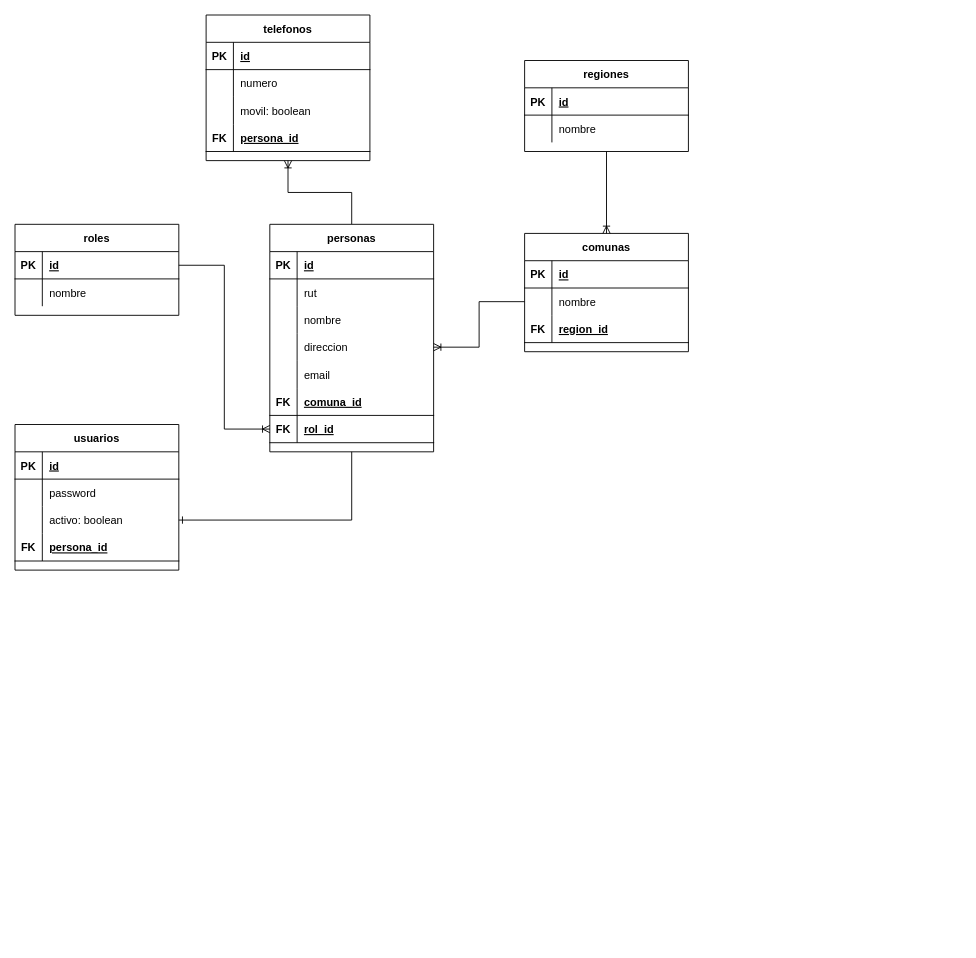
Above: Esquema Ferreteria.drawio in segundogaldames/pro202-3603 (draw.io), before the change. Source tidied: cells renumbered, new cells numbered last; positions are measured from the earlier drawing's top-left corner, leaving out a move shared by most shapes. Both pictures are drawn from the tidied source at 91%, with x=0, y=0 at pixel (15, 15).
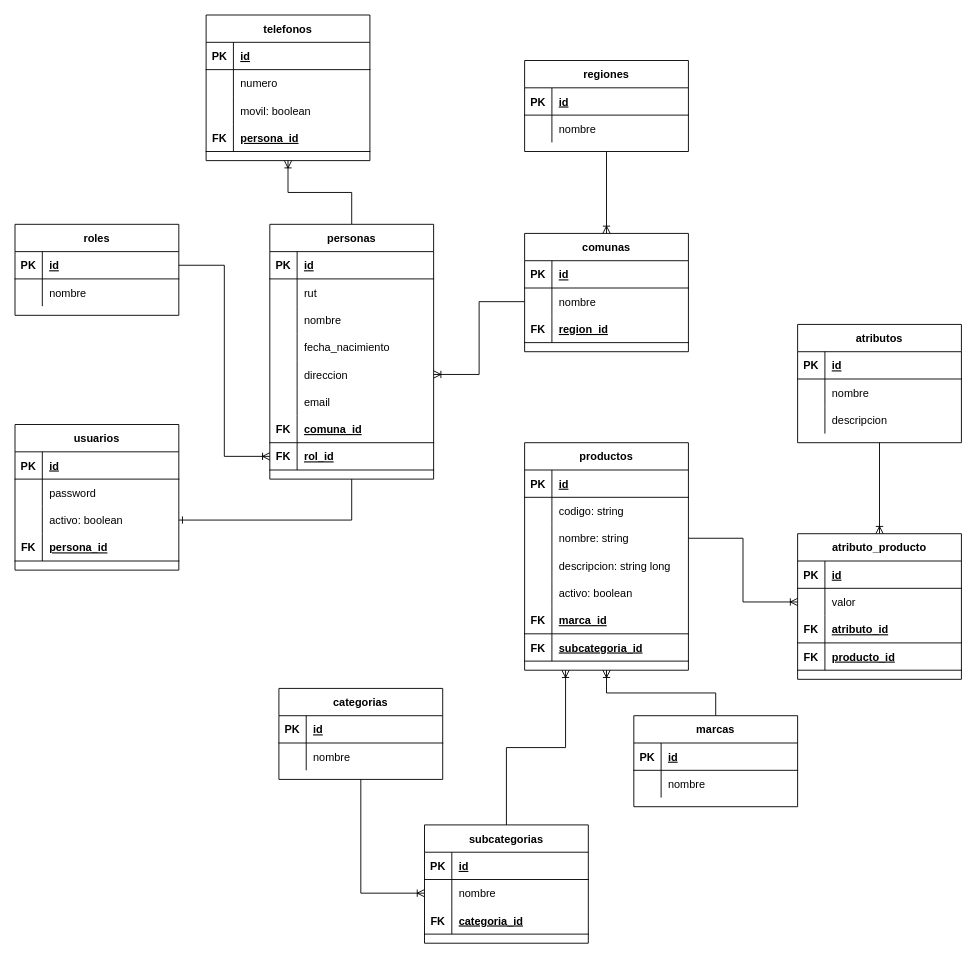
The same diagram, later.

The edit, as a diff of the source:
```diff
@@
     <mxCell id="11" value="personas" style="shape=table;startSize=30;childLayout=tableLayout;rowLines=0;fontStyle=1;align=center;" parent="1" vertex="1">
-      <mxGeometry x="280" y="230" width="180" height="250" as="geometry" />
+      <mxGeometry x="280" y="230" width="180" height="280" as="geometry" />
     </mxCell>
@@
+    <mxCell id="79" style="shape=partialRectangle;fillColor=none;top=0;left=0;bottom=0;right=0;" parent="11" vertex="1">
+      <mxGeometry y="120" width="180" height="30" as="geometry" />
+    </mxCell>
+    <mxCell id="80" style="shape=partialRectangle;fillColor=none;top=0;left=0;bottom=0;right=0;overflow=hidden;" parent="79" vertex="1">
+      <mxGeometry width="30" height="30" as="geometry" />
+    </mxCell>
+    <mxCell id="81" value="fecha_nacimiento" style="shape=partialRectangle;fillColor=none;top=0;left=0;bottom=0;right=0;align=left;spacingLeft=6;overflow=hidden;" parent="79" vertex="1">
+      <mxGeometry x="30" width="150" height="30" as="geometry" />
+    </mxCell>
     <mxCell id="21" style="shape=partialRectangle;fillColor=none;top=0;left=0;bottom=0;right=0;points=[[0,0.5],[1,0.5]];portConstraint=eastwest;" parent="11" vertex="1">
-      <mxGeometry y="120" width="180" height="30" as="geometry" />
+      <mxGeometry y="150" width="180" height="30" as="geometry" />
     </mxCell>
@@
     <mxCell id="24" style="shape=partialRectangle;fillColor=none;top=0;left=0;bottom=0;right=0;" parent="11" vertex="1">
-      <mxGeometry y="150" width="180" height="30" as="geometry" />
+      <mxGeometry y="180" width="180" height="30" as="geometry" />
     </mxCell>
@@
     <mxCell id="27" style="shape=partialRectangle;fillColor=none;top=0;left=0;bottom=1;right=0;" parent="11" vertex="1">
-      <mxGeometry y="180" width="180" height="30" as="geometry" />
+      <mxGeometry y="210" width="180" height="30" as="geometry" />
     </mxCell>
@@
     <mxCell id="30" style="shape=partialRectangle;fillColor=none;top=0;left=0;bottom=1;right=0;points=[[0,0.5],[1,0.5]];portConstraint=eastwest;" parent="11" vertex="1">
-      <mxGeometry y="210" width="180" height="30" as="geometry" />
+      <mxGeometry y="240" width="180" height="30" as="geometry" />
     </mxCell>
@@
+    <mxCell id="82" value="productos" style="shape=table;startSize=30;childLayout=tableLayout;rowLines=0;fontStyle=1;align=center;" parent="1" vertex="1">
+      <mxGeometry x="560" y="470" width="180" height="250" as="geometry" />
+    </mxCell>
+    <mxCell id="83" style="shape=partialRectangle;fillColor=none;top=0;left=0;bottom=1;right=0;" parent="82" vertex="1">
+      <mxGeometry y="30" width="180" height="30" as="geometry" />
+    </mxCell>
+    <mxCell id="84" value="PK" style="shape=partialRectangle;fillColor=none;top=0;left=0;bottom=0;right=0;fontStyle=1;overflow=hidden;" parent="83" vertex="1">
+      <mxGeometry width="30" height="30" as="geometry" />
+    </mxCell>
+    <mxCell id="85" value="id" style="shape=partialRectangle;fillColor=none;top=0;left=0;bottom=0;right=0;align=left;spacingLeft=6;fontStyle=5;overflow=hidden;" parent="83" vertex="1">
+      <mxGeometry x="30" width="150" height="30" as="geometry" />
+    </mxCell>
+    <mxCell id="86" style="shape=partialRectangle;fillColor=none;top=0;left=0;bottom=0;right=0;" parent="82" vertex="1">
+      <mxGeometry y="60" width="180" height="30" as="geometry" />
+    </mxCell>
+    <mxCell id="87" style="shape=partialRectangle;fillColor=none;top=0;left=0;bottom=0;right=0;overflow=hidden;" parent="86" vertex="1">
+      <mxGeometry width="30" height="30" as="geometry" />
+    </mxCell>
+    <mxCell id="88" value="codigo: string" style="shape=partialRectangle;fillColor=none;top=0;left=0;bottom=0;right=0;align=left;spacingLeft=6;overflow=hidden;" parent="86" vertex="1">
+      <mxGeometry x="30" width="150" height="30" as="geometry" />
+    </mxCell>
+    <mxCell id="89" style="shape=partialRectangle;fillColor=none;top=0;left=0;bottom=0;right=0;points=[[0,0.5],[1,0.5]];portConstraint=eastwest;" parent="82" vertex="1">
+      <mxGeometry y="90" width="180" height="30" as="geometry" />
+    </mxCell>
+    <mxCell id="90" style="shape=partialRectangle;fillColor=none;top=0;left=0;bottom=0;right=0;overflow=hidden;" parent="89" vertex="1">
+      <mxGeometry width="30" height="30" as="geometry" />
+    </mxCell>
+    <mxCell id="91" value="nombre: string" style="shape=partialRectangle;fillColor=none;top=0;left=0;bottom=0;right=0;align=left;spacingLeft=6;overflow=hidden;" parent="89" vertex="1">
+      <mxGeometry x="30" width="150" height="30" as="geometry" />
+    </mxCell>
+    <mxCell id="92" style="shape=partialRectangle;fillColor=none;top=0;left=0;bottom=0;right=0;" parent="82" vertex="1">
+      <mxGeometry y="120" width="180" height="30" as="geometry" />
+    </mxCell>
+    <mxCell id="93" style="shape=partialRectangle;fillColor=none;top=0;left=0;bottom=0;right=0;overflow=hidden;" parent="92" vertex="1">
+      <mxGeometry width="30" height="30" as="geometry" />
+    </mxCell>
+    <mxCell id="94" value="descripcion: string long" style="shape=partialRectangle;fillColor=none;top=0;left=0;bottom=0;right=0;align=left;spacingLeft=6;overflow=hidden;" parent="92" vertex="1">
+      <mxGeometry x="30" width="150" height="30" as="geometry" />
+    </mxCell>
+    <mxCell id="95" style="shape=partialRectangle;fillColor=none;top=0;left=0;bottom=0;right=0;" parent="82" vertex="1">
+      <mxGeometry y="150" width="180" height="30" as="geometry" />
+    </mxCell>
+    <mxCell id="96" style="shape=partialRectangle;fillColor=none;top=0;left=0;bottom=0;right=0;overflow=hidden;" parent="95" vertex="1">
+      <mxGeometry width="30" height="30" as="geometry" />
+    </mxCell>
+    <mxCell id="97" value="activo: boolean" style="shape=partialRectangle;fillColor=none;top=0;left=0;bottom=0;right=0;align=left;spacingLeft=6;overflow=hidden;" parent="95" vertex="1">
+      <mxGeometry x="30" width="150" height="30" as="geometry" />
+    </mxCell>
+    <mxCell id="98" style="shape=partialRectangle;fillColor=none;top=0;left=0;bottom=1;right=0;" parent="82" vertex="1">
+      <mxGeometry y="180" width="180" height="30" as="geometry" />
+    </mxCell>
+    <mxCell id="99" value="FK" style="shape=partialRectangle;fillColor=none;top=0;left=0;bottom=0;right=0;fontStyle=1;overflow=hidden;" parent="98" vertex="1">
+      <mxGeometry width="30" height="30" as="geometry" />
+    </mxCell>
+    <mxCell id="100" value="marca_id" style="shape=partialRectangle;fillColor=none;top=0;left=0;bottom=0;right=0;align=left;spacingLeft=6;fontStyle=5;overflow=hidden;" parent="98" vertex="1">
+      <mxGeometry x="30" width="150" height="30" as="geometry" />
+    </mxCell>
+    <mxCell id="101" style="shape=partialRectangle;fillColor=none;top=0;left=0;bottom=1;right=0;" parent="82" vertex="1">
+      <mxGeometry y="210" width="180" height="30" as="geometry" />
+    </mxCell>
+    <mxCell id="102" value="FK" style="shape=partialRectangle;fillColor=none;top=0;left=0;bottom=0;right=0;fontStyle=1;overflow=hidden;" parent="101" vertex="1">
+      <mxGeometry width="30" height="30" as="geometry" />
+    </mxCell>
+    <mxCell id="103" value="subcategoria_id" style="shape=partialRectangle;fillColor=none;top=0;left=0;bottom=0;right=0;align=left;spacingLeft=6;fontStyle=5;overflow=hidden;" parent="101" vertex="1">
+      <mxGeometry x="30" width="150" height="30" as="geometry" />
+    </mxCell>
+    <mxCell id="104" style="edgeStyle=orthogonalEdgeStyle;rounded=0;jettySize=auto;html=1;entryX=0.5;entryY=0;entryDx=0;entryDy=0;endArrow=ERoneToMany;endFill=0;" parent="1" edge="1" source="105" target="115">
+      <mxGeometry relative="1" as="geometry" />
+    </mxCell>
+    <mxCell id="105" value="atributos" style="shape=table;startSize=30;childLayout=tableLayout;rowLines=0;fontStyle=1;align=center;" parent="1" vertex="1">
+      <mxGeometry x="860" y="340" width="180" height="130" as="geometry" />
+    </mxCell>
+    <mxCell id="106" style="shape=partialRectangle;fillColor=none;top=0;left=0;bottom=1;right=0;" parent="105" vertex="1">
+      <mxGeometry y="30" width="180" height="30" as="geometry" />
+    </mxCell>
+    <mxCell id="107" value="PK" style="shape=partialRectangle;fillColor=none;top=0;left=0;bottom=0;right=0;fontStyle=1;overflow=hidden;" parent="106" vertex="1">
+      <mxGeometry width="30" height="30" as="geometry" />
+    </mxCell>
+    <mxCell id="108" value="id" style="shape=partialRectangle;fillColor=none;top=0;left=0;bottom=0;right=0;align=left;spacingLeft=6;fontStyle=5;overflow=hidden;" parent="106" vertex="1">
+      <mxGeometry x="30" width="150" height="30" as="geometry" />
+    </mxCell>
+    <mxCell id="109" style="shape=partialRectangle;fillColor=none;top=0;left=0;bottom=0;right=0;" parent="105" vertex="1">
+      <mxGeometry y="60" width="180" height="30" as="geometry" />
+    </mxCell>
+    <mxCell id="110" style="shape=partialRectangle;fillColor=none;top=0;left=0;bottom=0;right=0;overflow=hidden;" parent="109" vertex="1">
+      <mxGeometry width="30" height="30" as="geometry" />
+    </mxCell>
+    <mxCell id="111" value="nombre" style="shape=partialRectangle;fillColor=none;top=0;left=0;bottom=0;right=0;align=left;spacingLeft=6;overflow=hidden;" parent="109" vertex="1">
+      <mxGeometry x="30" width="150" height="30" as="geometry" />
+    </mxCell>
+    <mxCell id="112" style="shape=partialRectangle;fillColor=none;top=0;left=0;bottom=0;right=0;" parent="105" vertex="1">
+      <mxGeometry y="90" width="180" height="30" as="geometry" />
+    </mxCell>
+    <mxCell id="113" style="shape=partialRectangle;fillColor=none;top=0;left=0;bottom=0;right=0;overflow=hidden;" parent="112" vertex="1">
+      <mxGeometry width="30" height="30" as="geometry" />
+    </mxCell>
+    <mxCell id="114" value="descripcion" style="shape=partialRectangle;fillColor=none;top=0;left=0;bottom=0;right=0;align=left;spacingLeft=6;overflow=hidden;" parent="112" vertex="1">
+      <mxGeometry x="30" width="150" height="30" as="geometry" />
+    </mxCell>
+    <mxCell id="115" value="atributo_producto" style="shape=table;startSize=30;childLayout=tableLayout;rowLines=0;fontStyle=1;align=center;" parent="1" vertex="1">
+      <mxGeometry x="860" y="570" width="180" height="160" as="geometry" />
+    </mxCell>
+    <mxCell id="116" style="shape=partialRectangle;fillColor=none;top=0;left=0;bottom=1;right=0;" parent="115" vertex="1">
+      <mxGeometry y="30" width="180" height="30" as="geometry" />
+    </mxCell>
+    <mxCell id="117" value="PK" style="shape=partialRectangle;fillColor=none;top=0;left=0;bottom=0;right=0;fontStyle=1;overflow=hidden;" parent="116" vertex="1">
+      <mxGeometry width="30" height="30" as="geometry" />
+    </mxCell>
+    <mxCell id="118" value="id" style="shape=partialRectangle;fillColor=none;top=0;left=0;bottom=0;right=0;align=left;spacingLeft=6;fontStyle=5;overflow=hidden;" parent="116" vertex="1">
+      <mxGeometry x="30" width="150" height="30" as="geometry" />
+    </mxCell>
+    <mxCell id="119" style="shape=partialRectangle;fillColor=none;top=0;left=0;bottom=0;right=0;points=[[0,0.5],[1,0.5]];portConstraint=eastwest;" parent="115" vertex="1">
+      <mxGeometry y="60" width="180" height="30" as="geometry" />
+    </mxCell>
+    <mxCell id="120" style="shape=partialRectangle;fillColor=none;top=0;left=0;bottom=0;right=0;overflow=hidden;" parent="119" vertex="1">
+      <mxGeometry width="30" height="30" as="geometry" />
+    </mxCell>
+    <mxCell id="121" value="valor" style="shape=partialRectangle;fillColor=none;top=0;left=0;bottom=0;right=0;align=left;spacingLeft=6;overflow=hidden;" parent="119" vertex="1">
+      <mxGeometry x="30" width="150" height="30" as="geometry" />
+    </mxCell>
+    <mxCell id="122" style="shape=partialRectangle;fillColor=none;top=0;left=0;bottom=1;right=0;" parent="115" vertex="1">
+      <mxGeometry y="90" width="180" height="30" as="geometry" />
+    </mxCell>
+    <mxCell id="123" value="FK" style="shape=partialRectangle;fillColor=none;top=0;left=0;bottom=0;right=0;fontStyle=1;overflow=hidden;" parent="122" vertex="1">
+      <mxGeometry width="30" height="30" as="geometry" />
+    </mxCell>
+    <mxCell id="124" value="atributo_id" style="shape=partialRectangle;fillColor=none;top=0;left=0;bottom=0;right=0;align=left;spacingLeft=6;fontStyle=5;overflow=hidden;" parent="122" vertex="1">
+      <mxGeometry x="30" width="150" height="30" as="geometry" />
+    </mxCell>
+    <mxCell id="125" style="shape=partialRectangle;fillColor=none;top=0;left=0;bottom=1;right=0;" parent="115" vertex="1">
+      <mxGeometry y="120" width="180" height="30" as="geometry" />
+    </mxCell>
+    <mxCell id="126" value="FK" style="shape=partialRectangle;fillColor=none;top=0;left=0;bottom=0;right=0;fontStyle=1;overflow=hidden;" parent="125" vertex="1">
+      <mxGeometry width="30" height="30" as="geometry" />
+    </mxCell>
+    <mxCell id="127" value="producto_id" style="shape=partialRectangle;fillColor=none;top=0;left=0;bottom=0;right=0;align=left;spacingLeft=6;fontStyle=5;overflow=hidden;" parent="125" vertex="1">
+      <mxGeometry x="30" width="150" height="30" as="geometry" />
+    </mxCell>
+    <mxCell id="128" style="edgeStyle=orthogonalEdgeStyle;rounded=0;jettySize=auto;html=1;entryX=0;entryY=0.5;entryDx=0;entryDy=0;endArrow=ERoneToMany;endFill=0;" parent="1" edge="1" source="89" target="119">
+      <mxGeometry relative="1" as="geometry" />
+    </mxCell>
+    <mxCell id="129" style="edgeStyle=orthogonalEdgeStyle;rounded=0;jettySize=auto;html=1;entryX=0.5;entryY=1;entryDx=0;entryDy=0;endArrow=ERoneToMany;endFill=0;" parent="1" edge="1" source="130" target="82">
+      <mxGeometry relative="1" as="geometry" />
+    </mxCell>
+    <mxCell id="130" value="marcas" style="shape=table;startSize=30;childLayout=tableLayout;rowLines=0;fontStyle=1;align=center;" parent="1" vertex="1">
+      <mxGeometry x="680" y="770" width="180" height="100" as="geometry" />
+    </mxCell>
+    <mxCell id="131" style="shape=partialRectangle;fillColor=none;top=0;left=0;bottom=1;right=0;" parent="130" vertex="1">
+      <mxGeometry y="30" width="180" height="30" as="geometry" />
+    </mxCell>
+    <mxCell id="132" value="PK" style="shape=partialRectangle;fillColor=none;top=0;left=0;bottom=0;right=0;fontStyle=1;overflow=hidden;" parent="131" vertex="1">
+      <mxGeometry width="30" height="30" as="geometry" />
+    </mxCell>
+    <mxCell id="133" value="id" style="shape=partialRectangle;fillColor=none;top=0;left=0;bottom=0;right=0;align=left;spacingLeft=6;fontStyle=5;overflow=hidden;" parent="131" vertex="1">
+      <mxGeometry x="30" width="150" height="30" as="geometry" />
+    </mxCell>
+    <mxCell id="134" style="shape=partialRectangle;fillColor=none;top=0;left=0;bottom=0;right=0;" parent="130" vertex="1">
+      <mxGeometry y="60" width="180" height="30" as="geometry" />
+    </mxCell>
+    <mxCell id="135" style="shape=partialRectangle;fillColor=none;top=0;left=0;bottom=0;right=0;overflow=hidden;" parent="134" vertex="1">
+      <mxGeometry width="30" height="30" as="geometry" />
+    </mxCell>
+    <mxCell id="136" value="nombre" style="shape=partialRectangle;fillColor=none;top=0;left=0;bottom=0;right=0;align=left;spacingLeft=6;overflow=hidden;" parent="134" vertex="1">
+      <mxGeometry x="30" width="150" height="30" as="geometry" />
+    </mxCell>
+    <mxCell id="137" style="edgeStyle=orthogonalEdgeStyle;rounded=0;jettySize=auto;html=1;entryX=0;entryY=0.5;entryDx=0;entryDy=0;endArrow=ERoneToMany;endFill=0;" parent="1" edge="1" source="138" target="150">
+      <mxGeometry relative="1" as="geometry" />
+    </mxCell>
+    <mxCell id="138" value="categorias" style="shape=table;startSize=30;childLayout=tableLayout;rowLines=0;fontStyle=1;align=center;" parent="1" vertex="1">
+      <mxGeometry x="290" y="740" width="180" height="100" as="geometry" />
+    </mxCell>
+    <mxCell id="139" style="shape=partialRectangle;fillColor=none;top=0;left=0;bottom=1;right=0;" parent="138" vertex="1">
+      <mxGeometry y="30" width="180" height="30" as="geometry" />
+    </mxCell>
+    <mxCell id="140" value="PK" style="shape=partialRectangle;fillColor=none;top=0;left=0;bottom=0;right=0;fontStyle=1;overflow=hidden;" parent="139" vertex="1">
+      <mxGeometry width="30" height="30" as="geometry" />
+    </mxCell>
+    <mxCell id="141" value="id" style="shape=partialRectangle;fillColor=none;top=0;left=0;bottom=0;right=0;align=left;spacingLeft=6;fontStyle=5;overflow=hidden;" parent="139" vertex="1">
+      <mxGeometry x="30" width="150" height="30" as="geometry" />
+    </mxCell>
+    <mxCell id="142" style="shape=partialRectangle;fillColor=none;top=0;left=0;bottom=0;right=0;" parent="138" vertex="1">
+      <mxGeometry y="60" width="180" height="30" as="geometry" />
+    </mxCell>
+    <mxCell id="143" style="shape=partialRectangle;fillColor=none;top=0;left=0;bottom=0;right=0;overflow=hidden;" parent="142" vertex="1">
+      <mxGeometry width="30" height="30" as="geometry" />
+    </mxCell>
+    <mxCell id="144" value="nombre" style="shape=partialRectangle;fillColor=none;top=0;left=0;bottom=0;right=0;align=left;spacingLeft=6;overflow=hidden;" parent="142" vertex="1">
+      <mxGeometry x="30" width="150" height="30" as="geometry" />
+    </mxCell>
+    <mxCell id="145" style="edgeStyle=orthogonalEdgeStyle;rounded=0;jettySize=auto;html=1;entryX=0.25;entryY=1;entryDx=0;entryDy=0;endArrow=ERoneToMany;endFill=0;" parent="1" edge="1" source="146" target="82">
+      <mxGeometry relative="1" as="geometry" />
+    </mxCell>
+    <mxCell id="146" value="subcategorias" style="shape=table;startSize=30;childLayout=tableLayout;rowLines=0;fontStyle=1;align=center;" parent="1" vertex="1">
+      <mxGeometry x="450" y="890" width="180" height="130" as="geometry" />
+    </mxCell>
+    <mxCell id="147" style="shape=partialRectangle;fillColor=none;top=0;left=0;bottom=1;right=0;" parent="146" vertex="1">
+      <mxGeometry y="30" width="180" height="30" as="geometry" />
+    </mxCell>
+    <mxCell id="148" value="PK" style="shape=partialRectangle;fillColor=none;top=0;left=0;bottom=0;right=0;fontStyle=1;overflow=hidden;" parent="147" vertex="1">
+      <mxGeometry width="30" height="30" as="geometry" />
+    </mxCell>
+    <mxCell id="149" value="id" style="shape=partialRectangle;fillColor=none;top=0;left=0;bottom=0;right=0;align=left;spacingLeft=6;fontStyle=5;overflow=hidden;" parent="147" vertex="1">
+      <mxGeometry x="30" width="150" height="30" as="geometry" />
+    </mxCell>
+    <mxCell id="150" style="shape=partialRectangle;fillColor=none;top=0;left=0;bottom=0;right=0;points=[[0,0.5],[1,0.5]];portConstraint=eastwest;" parent="146" vertex="1">
+      <mxGeometry y="60" width="180" height="30" as="geometry" />
+    </mxCell>
+    <mxCell id="151" style="shape=partialRectangle;fillColor=none;top=0;left=0;bottom=0;right=0;overflow=hidden;" parent="150" vertex="1">
+      <mxGeometry width="30" height="30" as="geometry" />
+    </mxCell>
+    <mxCell id="152" value="nombre" style="shape=partialRectangle;fillColor=none;top=0;left=0;bottom=0;right=0;align=left;spacingLeft=6;overflow=hidden;" parent="150" vertex="1">
+      <mxGeometry x="30" width="150" height="30" as="geometry" />
+    </mxCell>
+    <mxCell id="153" style="shape=partialRectangle;fillColor=none;top=0;left=0;bottom=1;right=0;" parent="146" vertex="1">
+      <mxGeometry y="90" width="180" height="30" as="geometry" />
+    </mxCell>
+    <mxCell id="154" value="FK" style="shape=partialRectangle;fillColor=none;top=0;left=0;bottom=0;right=0;fontStyle=1;overflow=hidden;" parent="153" vertex="1">
+      <mxGeometry width="30" height="30" as="geometry" />
+    </mxCell>
+    <mxCell id="155" value="categoria_id" style="shape=partialRectangle;fillColor=none;top=0;left=0;bottom=0;right=0;align=left;spacingLeft=6;fontStyle=5;overflow=hidden;" parent="153" vertex="1">
+      <mxGeometry x="30" width="150" height="30" as="geometry" />
+    </mxCell>
```
